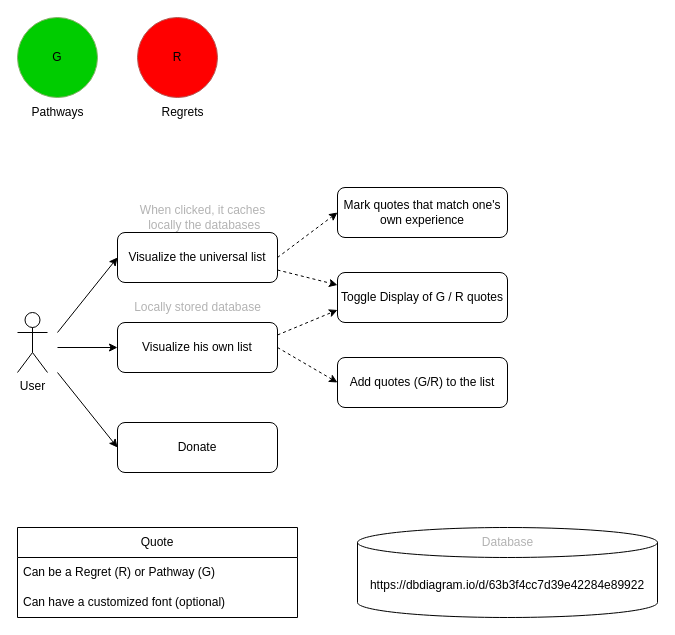
Above: docs/schemas/useractions.drawio in clokerul/simple_things (draw.io), before the change. Source tidied: cells renumbered, new cells numbered last; positions are measured from the earlier drawing's top-left corner, leaving out a move shared by most shapes. Both pictures are drawn from the tidied source at 100%, with x=0, y=0 at pixel (17, 17).
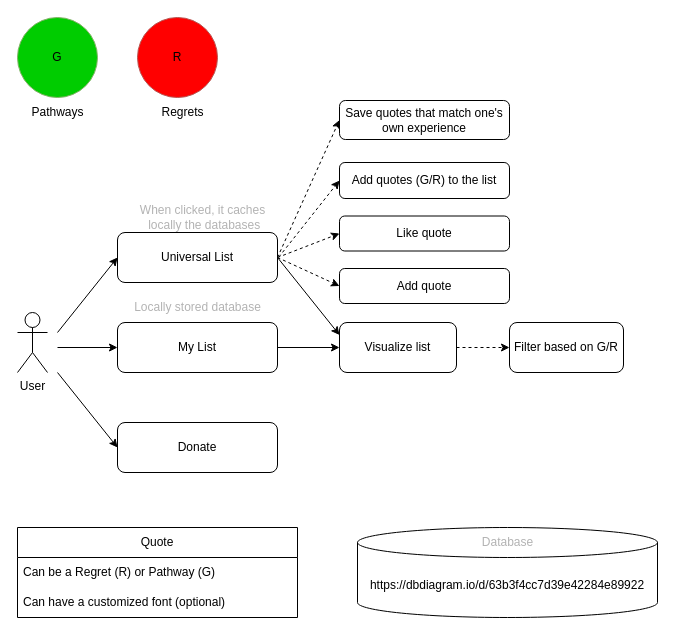
Above is the later version.

The edit, as a diff of the source:
```diff
@@
-    <mxCell id="3" value="Visualize the universal list" style="rounded=1;whiteSpace=wrap;html=1;" parent="1" vertex="1">
+    <mxCell id="3" value="Universal List" style="rounded=1;whiteSpace=wrap;html=1;" parent="1" vertex="1">
       <mxGeometry x="100" y="215" width="160" height="50" as="geometry" />
     </mxCell>
-    <mxCell id="4" value="Visualize his own list" style="rounded=1;whiteSpace=wrap;html=1;" parent="1" vertex="1">
+    <mxCell id="4" value="My List" style="rounded=1;whiteSpace=wrap;html=1;" parent="1" vertex="1">
       <mxGeometry x="100" y="305" width="160" height="50" as="geometry" />
     </mxCell>
@@
-    <mxCell id="17" value="&lt;span style=&quot;text-align: left;&quot;&gt;Mark quotes that match one's own experience&lt;/span&gt;" style="rounded=1;whiteSpace=wrap;html=1;" parent="1" vertex="1">
-      <mxGeometry x="320" y="170" width="170" height="50" as="geometry" />
+    <mxCell id="17" value="&lt;span style=&quot;text-align: left;&quot;&gt;Save quotes that match one's own experience&lt;/span&gt;" style="rounded=1;whiteSpace=wrap;html=1;" parent="1" vertex="1">
+      <mxGeometry x="322" y="83" width="170" height="39" as="geometry" />
     </mxCell>
-    <mxCell id="18" style="endArrow=classic;html=1;rounded=0;dashed=1;exitX=1;exitY=0.5;exitDx=0;exitDy=0;entryX=0;entryY=0.5;entryDx=0;entryDy=0;" parent="1" edge="1" target="19">
-      <mxGeometry relative="1" as="geometry">
-        <mxPoint x="260" y="330" as="sourcePoint" />
-      </mxGeometry>
+    <mxCell id="18" style="endArrow=classic;html=1;rounded=0;dashed=1;entryX=0;entryY=0.5;entryDx=0;entryDy=0;exitX=1.008;exitY=0.492;exitDx=0;exitDy=0;exitPerimeter=0;" parent="1" edge="1" source="3" target="19">
+      <mxGeometry relative="1" as="geometry" />
     </mxCell>
     <mxCell id="19" value="&lt;div style=&quot;text-align: left;&quot;&gt;&lt;span style=&quot;background-color: initial;&quot;&gt;Add quotes (G/R) to the list&lt;/span&gt;&lt;/div&gt;" style="rounded=1;whiteSpace=wrap;html=1;" parent="1" vertex="1">
-      <mxGeometry x="320" y="340" width="170" height="50" as="geometry" />
+      <mxGeometry x="322" y="145" width="170" height="36" as="geometry" />
     </mxCell>
-    <mxCell id="20" style="endArrow=classic;html=1;rounded=0;dashed=1;exitX=1;exitY=0.75;exitDx=0;exitDy=0;entryX=0;entryY=0.25;entryDx=0;entryDy=0;" parent="1" edge="1" source="3" target="21">
+    <mxCell id="20" style="endArrow=classic;html=1;rounded=0;exitX=1;exitY=0.5;exitDx=0;exitDy=0;entryX=0;entryY=0.25;entryDx=0;entryDy=0;" parent="1" edge="1" source="3" target="21">
       <mxGeometry relative="1" as="geometry" />
     </mxCell>
-    <mxCell id="21" value="&lt;div style=&quot;text-align: left;&quot;&gt;&lt;span style=&quot;background-color: initial;&quot;&gt;Toggle Display of G / R quotes&lt;/span&gt;&lt;/div&gt;" style="rounded=1;whiteSpace=wrap;html=1;" parent="1" vertex="1">
-      <mxGeometry x="320" y="255" width="170" height="50" as="geometry" />
+    <mxCell id="21" value="&lt;div style=&quot;text-align: left;&quot;&gt;&lt;span style=&quot;background-color: initial;&quot;&gt;Visualize list&lt;/span&gt;&lt;/div&gt;" style="rounded=1;whiteSpace=wrap;html=1;" parent="1" vertex="1">
+      <mxGeometry x="322" y="305" width="117" height="50" as="geometry" />
     </mxCell>
-    <mxCell id="22" style="endArrow=classic;html=1;rounded=0;dashed=1;entryX=0;entryY=0.75;entryDx=0;entryDy=0;exitX=1;exitY=0.25;exitDx=0;exitDy=0;" parent="1" edge="1" source="4" target="21">
+    <mxCell id="22" style="endArrow=classic;html=1;rounded=0;entryX=0;entryY=0.5;entryDx=0;entryDy=0;exitX=1;exitY=0.5;exitDx=0;exitDy=0;" parent="1" edge="1" source="4" target="21">
       <mxGeometry relative="1" as="geometry" />
     </mxCell>
@@
+    <mxCell id="27" style="endArrow=classic;html=1;rounded=0;dashed=1;exitX=1;exitY=0.5;exitDx=0;exitDy=0;entryX=0;entryY=0.5;entryDx=0;entryDy=0;" parent="1" edge="1" source="21" target="28">
+      <mxGeometry relative="1" as="geometry" />
+    </mxCell>
+    <mxCell id="28" value="&lt;div style=&quot;text-align: left;&quot;&gt;Filter based on G/R&lt;/div&gt;" style="rounded=1;whiteSpace=wrap;html=1;" parent="1" vertex="1">
+      <mxGeometry x="492" y="305" width="114" height="50" as="geometry" />
+    </mxCell>
+    <mxCell id="29" style="endArrow=classic;html=1;rounded=0;dashed=1;exitX=1;exitY=0.5;exitDx=0;exitDy=0;entryX=0;entryY=0.5;entryDx=0;entryDy=0;" parent="1" edge="1" source="3" target="30">
+      <mxGeometry relative="1" as="geometry" />
+    </mxCell>
+    <mxCell id="30" value="&lt;div style=&quot;text-align: left;&quot;&gt;&lt;span style=&quot;background-color: initial;&quot;&gt;Like quote&lt;/span&gt;&lt;/div&gt;" style="rounded=1;whiteSpace=wrap;html=1;" parent="1" vertex="1">
+      <mxGeometry x="322" y="198.5" width="170" height="35" as="geometry" />
+    </mxCell>
+    <mxCell id="31" style="endArrow=classic;html=1;rounded=0;dashed=1;exitX=1;exitY=0.5;exitDx=0;exitDy=0;entryX=0;entryY=0.5;entryDx=0;entryDy=0;" parent="1" edge="1" source="3" target="32">
+      <mxGeometry relative="1" as="geometry" />
+    </mxCell>
+    <mxCell id="32" value="&lt;div style=&quot;text-align: left;&quot;&gt;&lt;span style=&quot;background-color: initial;&quot;&gt;Add quote&lt;/span&gt;&lt;/div&gt;" style="rounded=1;whiteSpace=wrap;html=1;" parent="1" vertex="1">
+      <mxGeometry x="322" y="251" width="170" height="35" as="geometry" />
+    </mxCell>
```
